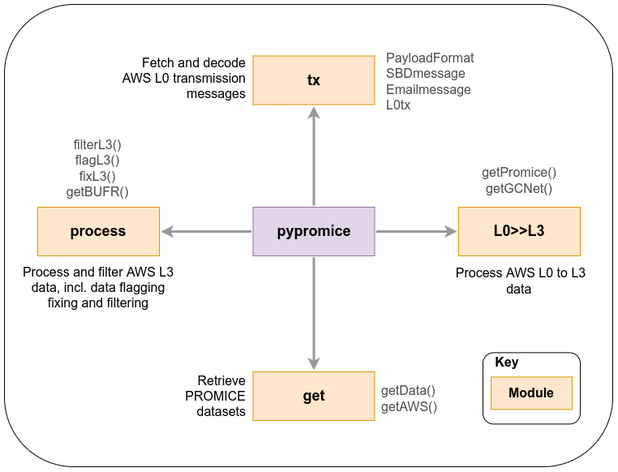
Earlier version of the draw.io export fig/pypromice_prelim.png (GEUS-Glaciology-and-Climate/pypromice). Source tidied: cells renumbered, new cells last; positions are measured from the earlier drawing's top-left corner, leaving out a move shared by most shapes.
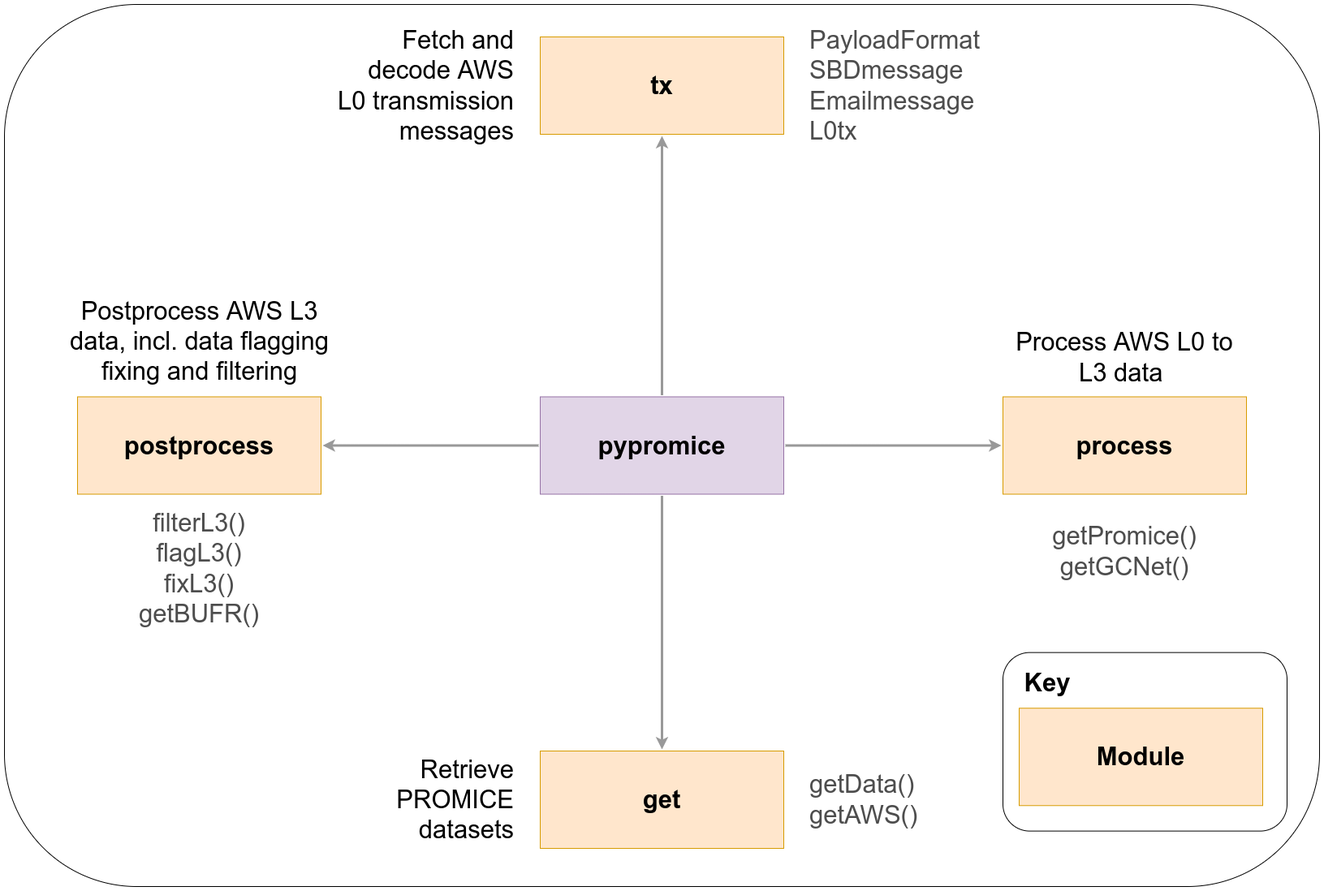
Above is the later version.

What changed in the source:
```diff
@@ -2,74 +2,71 @@
   <root>
     <mxCell id="0" />
     <mxCell id="1" parent="0" />
-    <mxCell id="2" style="rounded=1;whiteSpace=wrap;html=1;fontSize=16;fontColor=#000000;align=left;fillColor=#FFFFFF;" parent="1" vertex="1">
-      <mxGeometry width="750" height="570" as="geometry" />
+    <mxCell id="2" style="rounded=1;whiteSpace=wrap;html=1;fontSize=31;fontColor=#000000;align=left;fillColor=#FFFFFF;" parent="1" vertex="1">
+      <mxGeometry x="90" y="-500" width="1620" height="1087" as="geometry" />
     </mxCell>
-    <mxCell id="3" style="edgeStyle=none;rounded=0;jumpStyle=none;html=1;shadow=0;labelBackgroundColor=none;startArrow=none;startFill=0;jettySize=auto;strokeWidth=3;fontFamily=Helvetica;fontSize=18;fontColor=#FFFFFF;spacing=5;fontStyle=1;fillColor=#b0e3e6;exitX=0.5;exitY=0;exitDx=0;exitDy=0;strokeColor=#999999;entryX=0.5;entryY=1;entryDx=0;entryDy=0;" parent="1" edge="1" source="5" target="6">
+    <mxCell id="3" style="edgeStyle=none;rounded=0;jumpStyle=none;html=1;shadow=0;labelBackgroundColor=none;startArrow=none;startFill=0;jettySize=auto;strokeWidth=3;fontFamily=Helvetica;fontSize=31;fontColor=#FFFFFF;spacing=5;fontStyle=1;fillColor=#b0e3e6;exitX=0.5;exitY=0;exitDx=0;exitDy=0;strokeColor=#999999;entryX=0.5;entryY=1;entryDx=0;entryDy=0;" parent="1" edge="1" source="5" target="6">
       <mxGeometry relative="1" as="geometry" />
     </mxCell>
-    <mxCell id="4" value="L0&amp;gt;&amp;gt;L3" style="rounded=0;whiteSpace=wrap;html=1;shadow=0;labelBackgroundColor=none;strokeColor=#d79b00;strokeWidth=1;fontFamily=Helvetica;fontSize=18;align=center;spacing=5;fontStyle=1;arcSize=7;perimeterSpacing=2;fillColor=#ffe6cc;" parent="1" vertex="1">
-      <mxGeometry x="560" y="250" width="150" height="60" as="geometry" />
+    <mxCell id="4" value="process" style="rounded=0;whiteSpace=wrap;html=1;shadow=0;labelBackgroundColor=none;strokeColor=#d79b00;strokeWidth=1;fontFamily=Helvetica;fontSize=31;align=center;spacing=5;fontStyle=1;arcSize=7;perimeterSpacing=2;fillColor=#ffe6cc;" parent="1" vertex="1">
+      <mxGeometry x="1320" y="-16.5" width="300" height="120" as="geometry" />
     </mxCell>
-    <mxCell id="5" value="pypromice" style="rounded=0;whiteSpace=wrap;html=1;shadow=0;labelBackgroundColor=none;strokeColor=#9673a6;strokeWidth=1;fontFamily=Helvetica;fontSize=18;align=center;spacing=5;fontStyle=1;arcSize=7;perimeterSpacing=2;fillColor=#e1d5e7;" parent="1" vertex="1">
-      <mxGeometry x="306.5" y="250" width="150" height="60" as="geometry" />
+    <mxCell id="5" value="pypromice" style="rounded=0;whiteSpace=wrap;html=1;shadow=0;labelBackgroundColor=none;strokeColor=#9673a6;strokeWidth=1;fontFamily=Helvetica;fontSize=31;align=center;spacing=5;fontStyle=1;arcSize=7;perimeterSpacing=2;fillColor=#e1d5e7;" parent="1" vertex="1">
+      <mxGeometry x="750" y="-16.5" width="300" height="120" as="geometry" />
     </mxCell>
-    <mxCell id="6" value="tx" style="rounded=0;whiteSpace=wrap;html=1;shadow=0;labelBackgroundColor=none;strokeColor=#d79b00;strokeWidth=1;fontFamily=Helvetica;fontSize=18;align=center;spacing=5;fontStyle=1;arcSize=7;perimeterSpacing=2;fillColor=#ffe6cc;" parent="1" vertex="1">
-      <mxGeometry x="306.5" y="63.5" width="150" height="60" as="geometry" />
+    <mxCell id="6" value="tx" style="rounded=0;whiteSpace=wrap;html=1;shadow=0;labelBackgroundColor=none;strokeColor=#d79b00;strokeWidth=1;fontFamily=Helvetica;fontSize=31;align=center;spacing=5;fontStyle=1;arcSize=7;perimeterSpacing=2;fillColor=#ffe6cc;" parent="1" vertex="1">
+      <mxGeometry x="750" y="-460" width="300" height="120" as="geometry" />
     </mxCell>
-    <mxCell id="7" value="filterL3()&lt;br&gt;flagL3()&lt;br&gt;fixL3()&lt;br&gt;getBUFR()" style="text;html=1;strokeColor=none;fillColor=none;align=center;verticalAlign=middle;whiteSpace=wrap;rounded=0;fontSize=16;fontColor=#4D4D4D;" parent="1" vertex="1">
-      <mxGeometry x="40" y="157" width="150" height="90" as="geometry" />
+    <mxCell id="7" value="filterL3()&lt;br style=&quot;font-size: 31px;&quot;&gt;flagL3()&lt;br style=&quot;font-size: 31px;&quot;&gt;fixL3()&lt;br style=&quot;font-size: 31px;&quot;&gt;getBUFR()" style="text;html=1;strokeColor=none;fillColor=none;align=center;verticalAlign=middle;whiteSpace=wrap;rounded=0;fontSize=31;fontColor=#4D4D4D;" parent="1" vertex="1">
+      <mxGeometry x="255" y="150" width="150" height="90" as="geometry" />
     </mxCell>
-    <mxCell id="8" value="PayloadFormat&lt;br&gt;SBDmessage&lt;br&gt;Emailmessage&lt;br&gt;L0tx" style="text;html=1;strokeColor=none;fillColor=none;align=left;verticalAlign=middle;whiteSpace=wrap;rounded=0;fontSize=16;fontColor=#4D4D4D;" parent="1" vertex="1">
-      <mxGeometry x="469" y="31.2" width="180" height="126.5" as="geometry" />
+    <mxCell id="8" value="PayloadFormat&lt;br style=&quot;font-size: 31px;&quot;&gt;SBDmessage&lt;br style=&quot;font-size: 31px;&quot;&gt;Emailmessage&lt;br style=&quot;font-size: 31px;&quot;&gt;L0tx" style="text;html=1;strokeColor=none;fillColor=none;align=left;verticalAlign=middle;whiteSpace=wrap;rounded=0;fontSize=31;fontColor=#4D4D4D;" parent="1" vertex="1">
+      <mxGeometry x="1080" y="-463.2" width="180" height="126.5" as="geometry" />
     </mxCell>
-    <mxCell id="9" value="get" style="rounded=0;whiteSpace=wrap;html=1;shadow=0;labelBackgroundColor=none;strokeColor=#d79b00;strokeWidth=1;fontFamily=Helvetica;fontSize=18;align=center;spacing=5;fontStyle=1;arcSize=7;perimeterSpacing=2;fillColor=#ffe6cc;" parent="1" vertex="1">
-      <mxGeometry x="306.5" y="453" width="150" height="60" as="geometry" />
+    <mxCell id="9" value="get" style="rounded=0;whiteSpace=wrap;html=1;shadow=0;labelBackgroundColor=none;strokeColor=#d79b00;strokeWidth=1;fontFamily=Helvetica;fontSize=31;align=center;spacing=5;fontStyle=1;arcSize=7;perimeterSpacing=2;fillColor=#ffe6cc;" parent="1" vertex="1">
+      <mxGeometry x="750" y="420" width="300" height="120" as="geometry" />
     </mxCell>
-    <mxCell id="10" style="edgeStyle=none;rounded=0;jumpStyle=none;html=1;shadow=0;labelBackgroundColor=none;startArrow=none;startFill=0;jettySize=auto;strokeWidth=3;fontFamily=Helvetica;fontSize=18;fontColor=#FFFFFF;spacing=5;fontStyle=1;fillColor=#b0e3e6;exitX=1;exitY=0.5;exitDx=0;exitDy=0;strokeColor=#999999;entryX=0;entryY=0.5;entryDx=0;entryDy=0;" parent="1" edge="1" source="5" target="4">
+    <mxCell id="10" style="edgeStyle=none;rounded=0;jumpStyle=none;html=1;shadow=0;labelBackgroundColor=none;startArrow=none;startFill=0;jettySize=auto;strokeWidth=3;fontFamily=Helvetica;fontSize=31;fontColor=#FFFFFF;spacing=5;fontStyle=1;fillColor=#b0e3e6;exitX=1;exitY=0.5;exitDx=0;exitDy=0;strokeColor=#999999;entryX=0;entryY=0.5;entryDx=0;entryDy=0;" parent="1" edge="1" source="5" target="4">
       <mxGeometry relative="1" as="geometry" />
     </mxCell>
-    <mxCell id="11" style="edgeStyle=none;rounded=0;jumpStyle=none;html=1;shadow=0;labelBackgroundColor=none;startArrow=none;startFill=0;jettySize=auto;strokeWidth=3;fontFamily=Helvetica;fontSize=18;fontColor=#FFFFFF;spacing=5;fontStyle=1;fillColor=#b0e3e6;exitX=0.5;exitY=1;exitDx=0;exitDy=0;strokeColor=#999999;entryX=0.5;entryY=0;entryDx=0;entryDy=0;" parent="1" edge="1" source="5" target="9">
+    <mxCell id="11" style="edgeStyle=none;rounded=0;jumpStyle=none;html=1;shadow=0;labelBackgroundColor=none;startArrow=none;startFill=0;jettySize=auto;strokeWidth=3;fontFamily=Helvetica;fontSize=31;fontColor=#FFFFFF;spacing=5;fontStyle=1;fillColor=#b0e3e6;exitX=0.5;exitY=1;exitDx=0;exitDy=0;strokeColor=#999999;entryX=0.5;entryY=0;entryDx=0;entryDy=0;" parent="1" edge="1" source="5" target="9">
       <mxGeometry relative="1" as="geometry" />
     </mxCell>
-    <mxCell id="12" value="process" style="rounded=0;whiteSpace=wrap;html=1;shadow=0;labelBackgroundColor=none;strokeColor=#d79b00;strokeWidth=1;fontFamily=Helvetica;fontSize=18;align=center;spacing=5;fontStyle=1;arcSize=7;perimeterSpacing=2;fillColor=#ffe6cc;" parent="1" vertex="1">
-      <mxGeometry x="41" y="250" width="150" height="60" as="geometry" />
+    <mxCell id="12" value="postprocess" style="rounded=0;whiteSpace=wrap;html=1;shadow=0;labelBackgroundColor=none;strokeColor=#d79b00;strokeWidth=1;fontFamily=Helvetica;fontSize=31;align=center;spacing=5;fontStyle=1;arcSize=7;perimeterSpacing=2;fillColor=#ffe6cc;" parent="1" vertex="1">
+      <mxGeometry x="180" y="-16.5" width="300" height="120" as="geometry" />
     </mxCell>
-    <mxCell id="13" style="edgeStyle=none;rounded=0;jumpStyle=none;html=1;shadow=0;labelBackgroundColor=none;startArrow=none;startFill=0;jettySize=auto;strokeWidth=3;fontFamily=Helvetica;fontSize=18;fontColor=#FFFFFF;spacing=5;fontStyle=1;fillColor=#b0e3e6;exitX=0;exitY=0.5;exitDx=0;exitDy=0;strokeColor=#999999;entryX=1;entryY=0.5;entryDx=0;entryDy=0;" parent="1" edge="1" source="5" target="12">
+    <mxCell id="13" style="edgeStyle=none;rounded=0;jumpStyle=none;html=1;shadow=0;labelBackgroundColor=none;startArrow=none;startFill=0;jettySize=auto;strokeWidth=3;fontFamily=Helvetica;fontSize=31;fontColor=#FFFFFF;spacing=5;fontStyle=1;fillColor=#b0e3e6;exitX=0;exitY=0.5;exitDx=0;exitDy=0;strokeColor=#999999;entryX=1;entryY=0.5;entryDx=0;entryDy=0;" parent="1" edge="1" source="5" target="12">
       <mxGeometry relative="1" as="geometry" />
     </mxCell>
-    <mxCell id="14" style="group;" parent="1" vertex="1">
-      <mxGeometry x="590" y="429.4" width="120" height="107.2" as="geometry" />
-    </mxCell>
-    <mxCell id="15" style="group;" parent="14" vertex="1">
-      <mxGeometry width="120" height="107.2" as="geometry" />
-    </mxCell>
-    <mxCell id="16" style="rounded=1;whiteSpace=wrap;html=1;fontSize=16;fontColor=#000000;align=left;fillColor=none;" parent="15" vertex="1">
-      <mxGeometry width="120" height="88" as="geometry" />
-    </mxCell>
-    <mxCell id="17" value="Module" style="rounded=0;whiteSpace=wrap;html=1;shadow=0;labelBackgroundColor=none;strokeColor=#d79b00;strokeWidth=1;fontFamily=Helvetica;fontSize=16;align=center;spacing=5;fontStyle=1;arcSize=7;perimeterSpacing=2;fillColor=#ffe6cc;" parent="15" vertex="1">
-      <mxGeometry x="10" y="30" width="100" height="40" as="geometry" />
-    </mxCell>
-    <mxCell id="18" value="&lt;b style=&quot;font-size: 16px;&quot;&gt;&lt;font style=&quot;font-size: 16px;&quot;&gt;Key&lt;/font&gt;&lt;/b&gt;" style="text;html=1;strokeColor=none;fillColor=none;align=center;verticalAlign=middle;whiteSpace=wrap;rounded=0;fontSize=16;fontColor=#000000;" parent="15" vertex="1">
-      <mxGeometry x="10" y="2" width="40" height="20" as="geometry" />
-    </mxCell>
-    <mxCell id="19" value="getData()&lt;br&gt;getAWS()" style="text;html=1;strokeColor=none;fillColor=none;align=left;verticalAlign=middle;whiteSpace=wrap;rounded=0;fontSize=16;fontColor=#4D4D4D;" parent="15" vertex="1">
-      <mxGeometry x="-127" y="18" width="180" height="77.2" as="geometry" />
-    </mxCell>
-    <mxCell id="20" value="Retrieve PROMICE datasets" style="text;html=1;strokeColor=none;fillColor=none;align=right;verticalAlign=middle;whiteSpace=wrap;rounded=0;fontSize=16;fontColor=#000000;" parent="1" vertex="1">
-      <mxGeometry x="170" y="438" width="130" height="90" as="geometry" />
+    <mxCell id="20" value="Retrieve PROMICE datasets" style="text;html=1;strokeColor=none;fillColor=none;align=right;verticalAlign=middle;whiteSpace=wrap;rounded=0;fontSize=31;fontColor=#000000;" parent="1" vertex="1">
+      <mxGeometry x="590" y="435" width="130" height="90" as="geometry" />
     </mxCell>
-    <mxCell id="21" value="Fetch and decode AWS L0 transmission messages" style="text;html=1;strokeColor=none;fillColor=none;align=right;verticalAlign=middle;whiteSpace=wrap;rounded=0;fontSize=16;fontColor=#000000;" parent="1" vertex="1">
-      <mxGeometry x="139" y="45.5" width="161" height="90" as="geometry" />
+    <mxCell id="21" value="Fetch and decode AWS L0 transmission messages" style="text;html=1;strokeColor=none;fillColor=none;align=right;verticalAlign=middle;whiteSpace=wrap;rounded=0;fontSize=31;fontColor=#000000;" parent="1" vertex="1">
+      <mxGeometry x="500" y="-445" width="220" height="90" as="geometry" />
     </mxCell>
-    <mxCell id="22" value="Process AWS L0 to L3 data&amp;nbsp;" style="text;html=1;strokeColor=none;fillColor=none;align=center;verticalAlign=middle;whiteSpace=wrap;rounded=0;fontSize=16;fontColor=#000000;" parent="1" vertex="1">
-      <mxGeometry x="536" y="296" width="202" height="90" as="geometry" />
+    <mxCell id="22" value="Process AWS L0 to L3 data&amp;nbsp;" style="text;html=1;strokeColor=none;fillColor=none;align=center;verticalAlign=middle;whiteSpace=wrap;rounded=0;fontSize=31;fontColor=#000000;" parent="1" vertex="1">
+      <mxGeometry x="1320" y="-110" width="300" height="90" as="geometry" />
     </mxCell>
-    <mxCell id="23" value="Process and filter AWS L3 data, incl. data flagging fixing and filtering" style="text;html=1;strokeColor=none;fillColor=none;align=center;verticalAlign=middle;whiteSpace=wrap;rounded=0;fontSize=16;fontColor=#000000;" parent="1" vertex="1">
-      <mxGeometry x="15" y="304" width="202" height="90" as="geometry" />
+    <mxCell id="23" value="Postprocess AWS L3 data, incl. data flagging fixing and filtering" style="text;html=1;strokeColor=none;fillColor=none;align=center;verticalAlign=middle;whiteSpace=wrap;rounded=0;fontSize=31;fontColor=#000000;" parent="1" vertex="1">
+      <mxGeometry x="147.5" y="-130" width="365" height="90" as="geometry" />
     </mxCell>
-    <mxCell id="24" value="getPromice()&lt;br&gt;getGCNet()" style="text;html=1;strokeColor=none;fillColor=none;align=center;verticalAlign=middle;whiteSpace=wrap;rounded=0;fontSize=16;fontColor=#4D4D4D;" parent="1" vertex="1">
-      <mxGeometry x="560" y="172" width="150" height="90" as="geometry" />
+    <mxCell id="24" value="getPromice()&lt;br style=&quot;font-size: 31px;&quot;&gt;getGCNet()" style="text;html=1;strokeColor=none;fillColor=none;align=center;verticalAlign=middle;whiteSpace=wrap;rounded=0;fontSize=31;fontColor=#4D4D4D;" parent="1" vertex="1">
+      <mxGeometry x="1395" y="129" width="150" height="90" as="geometry" />
     </mxCell>
+    <mxCell id="19" value="getData()&lt;br style=&quot;font-size: 31px;&quot;&gt;getAWS()" style="text;html=1;strokeColor=none;fillColor=none;align=left;verticalAlign=middle;whiteSpace=wrap;rounded=0;fontSize=31;fontColor=#4D4D4D;" parent="1" vertex="1">
+      <mxGeometry x="1080" y="441.4" width="180" height="77.2" as="geometry" />
+    </mxCell>
+    <mxCell id="25" style="group;" parent="1" vertex="1">
+      <mxGeometry x="1320" y="298.6" width="350" height="220" as="geometry" />
+    </mxCell>
+    <mxCell id="16" style="rounded=1;whiteSpace=wrap;html=1;fontSize=31;fontColor=#000000;align=left;fillColor=none;" parent="25" vertex="1">
+      <mxGeometry width="350" height="220" as="geometry" />
+    </mxCell>
+    <mxCell id="17" value="Module" style="rounded=0;whiteSpace=wrap;html=1;shadow=0;labelBackgroundColor=none;strokeColor=#d79b00;strokeWidth=1;fontFamily=Helvetica;fontSize=31;align=center;spacing=5;fontStyle=1;arcSize=7;perimeterSpacing=2;fillColor=#ffe6cc;" parent="25" vertex="1">
+      <mxGeometry x="20" y="68.6" width="300" height="120" as="geometry" />
+    </mxCell>
+    <mxCell id="18" value="&lt;b style=&quot;font-size: 31px;&quot;&gt;&lt;font style=&quot;font-size: 31px;&quot;&gt;Key&lt;/font&gt;&lt;/b&gt;" style="text;html=1;strokeColor=none;fillColor=none;align=center;verticalAlign=middle;whiteSpace=wrap;rounded=0;fontSize=31;fontColor=#000000;" parent="25" vertex="1">
+      <mxGeometry x="4.8" y="20" width="100.3" height="35.4" as="geometry" />
+    </mxCell>
   </root>
 </mxGraphModel>
```
